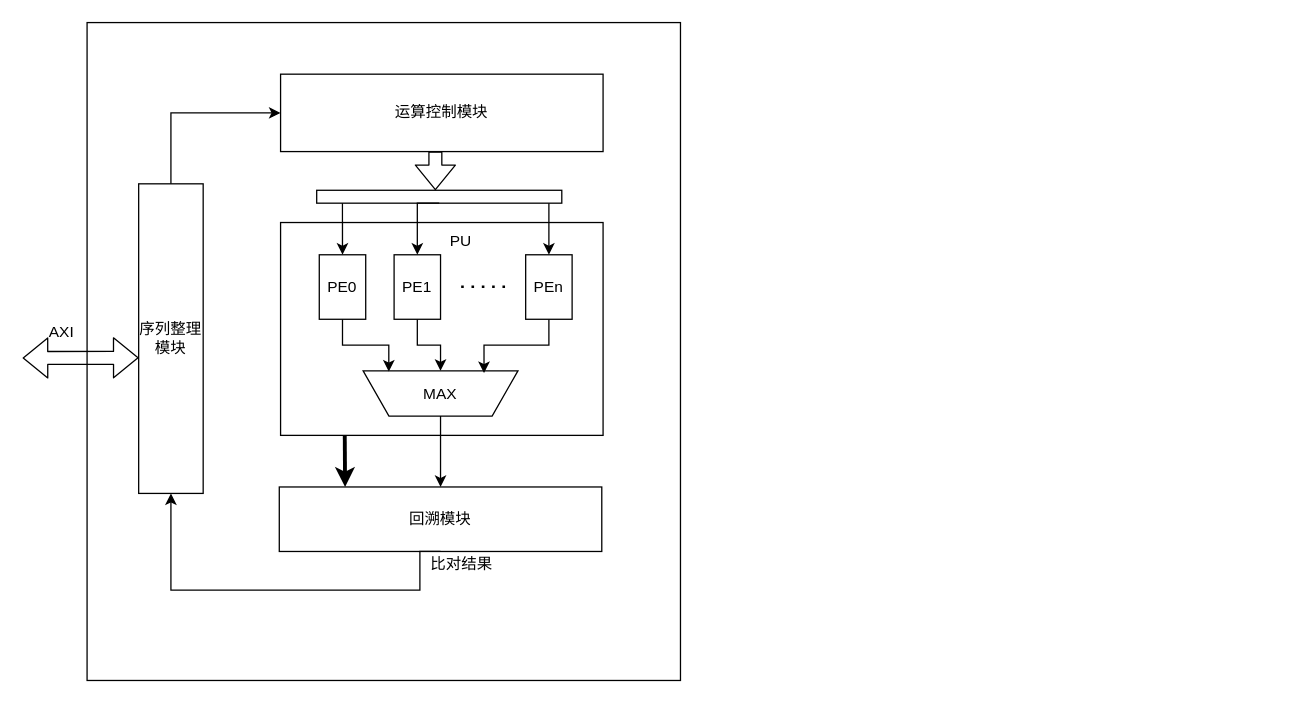
The draw.io diagram page "整体架构" (19 of 20) of FPGA_output.drawio in muguang123/drwaio, before the edit. Source tidied: cells renumbered, new cells numbered last; positions are measured from the earlier drawing's top-left corner, leaving out a move shared by most shapes. Both pictures are drawn from the tidied source at 129%, with x=0, y=0 at pixel (22, 22).
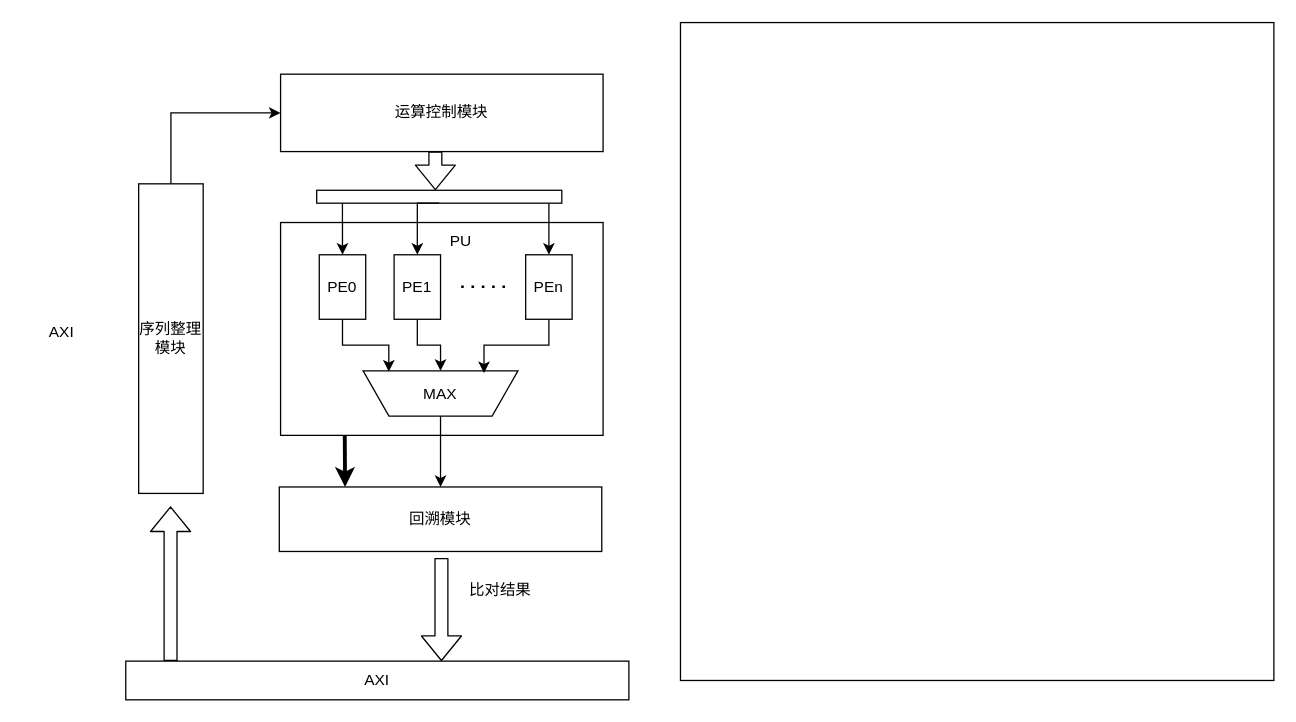
After the change.

Unchanged cells that the change refers to:
```xml
<mxCell id="15" value="回溯模块" style="rounded=0;whiteSpace=wrap;html=1;fillColor=none;" parent="1" vertex="1">
  <mxGeometry x="199" y="360" width="250" height="50" as="geometry" />
</mxCell>
<mxCell id="18" value="序列整理模块" style="rounded=0;whiteSpace=wrap;html=1;fillColor=none;" parent="1" vertex="1">
  <mxGeometry x="90" y="125" width="50" height="240" as="geometry" />
</mxCell>
```

Diff of the diagram source:
```diff
@@
-    <mxCell id="14" style="edgeStyle=orthogonalEdgeStyle;rounded=0;jettySize=auto;html=1;exitX=0.5;exitY=1;exitDx=0;exitDy=0;entryX=0.5;entryY=1;entryDx=0;entryDy=0;" parent="1" edge="1" source="15" target="18">
-      <mxGeometry relative="1" as="geometry">
-        <Array as="points">
-          <mxPoint x="308" y="440" />
-          <mxPoint x="115" y="440" />
-        </Array>
-      </mxGeometry>
-    </mxCell>
@@
     <mxCell id="16" value="比对结果" style="text;html=1;align=center;verticalAlign=middle;" parent="1" vertex="1">
-      <mxGeometry x="310" y="410" width="60" height="20" as="geometry" />
+      <mxGeometry x="340" y="430" width="60" height="20" as="geometry" />
     </mxCell>
@@
-    <mxCell id="19" style="shape=flexArrow;endArrow=classic;startArrow=classic;html=1;entryX=0;entryY=0.562;entryDx=0;entryDy=0;entryPerimeter=0;" parent="1" edge="1" target="18">
-      <mxGeometry relative="1" as="geometry">
-        <mxPoint y="260" as="sourcePoint" />
-      </mxGeometry>
-    </mxCell>
@@
     <mxCell id="26" style="rounded=0;whiteSpace=wrap;html=1;fillColor=none;" parent="1" vertex="1">
-      <mxGeometry x="50" width="460" height="510" as="geometry" />
+      <mxGeometry x="510" width="460" height="510" as="geometry" />
     </mxCell>
@@
+    <mxCell id="28" value="AXI" style="rounded=0;whiteSpace=wrap;html=1;fillColor=none;" parent="1" vertex="1">
+      <mxGeometry x="80" y="495" width="390" height="30" as="geometry" />
+    </mxCell>
+    <mxCell id="29" style="shape=flexArrow;endArrow=classic;html=1;strokeWidth=1;" parent="1" edge="1">
+      <mxGeometry relative="1" as="geometry">
+        <mxPoint x="114.7" y="495" as="sourcePoint" />
+        <mxPoint x="114.7" y="375" as="targetPoint" />
+      </mxGeometry>
+    </mxCell>
+    <mxCell id="30" style="shape=flexArrow;endArrow=classic;html=1;strokeWidth=1;" parent="1" edge="1">
+      <mxGeometry relative="1" as="geometry">
+        <mxPoint x="324.7" y="415" as="sourcePoint" />
+        <mxPoint x="324.7" y="495" as="targetPoint" />
+      </mxGeometry>
+    </mxCell>
```
